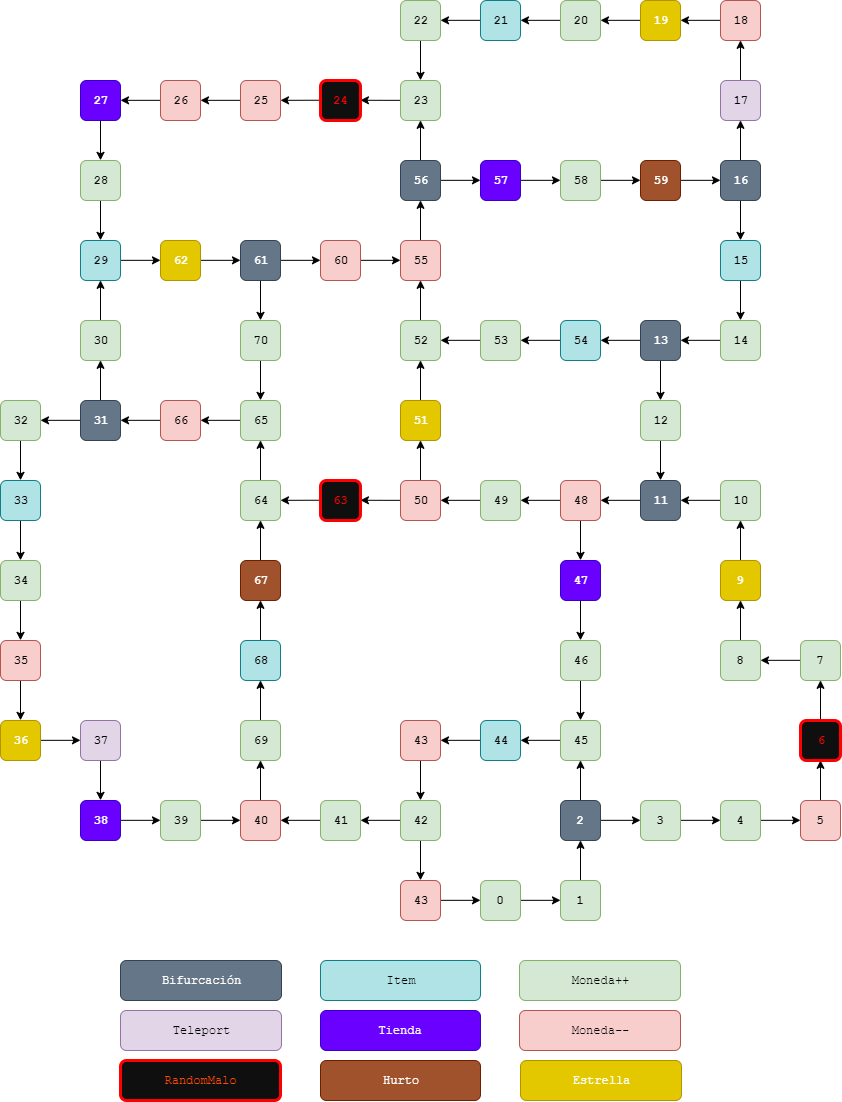
Before: docs/map0.png, a diagram exported from draw.io (hansolo-unlam/MarioParty). Source tidied: cells renumbered, new cells last; positions are measured from the earlier drawing's top-left corner, leaving out a move shared by most shapes.
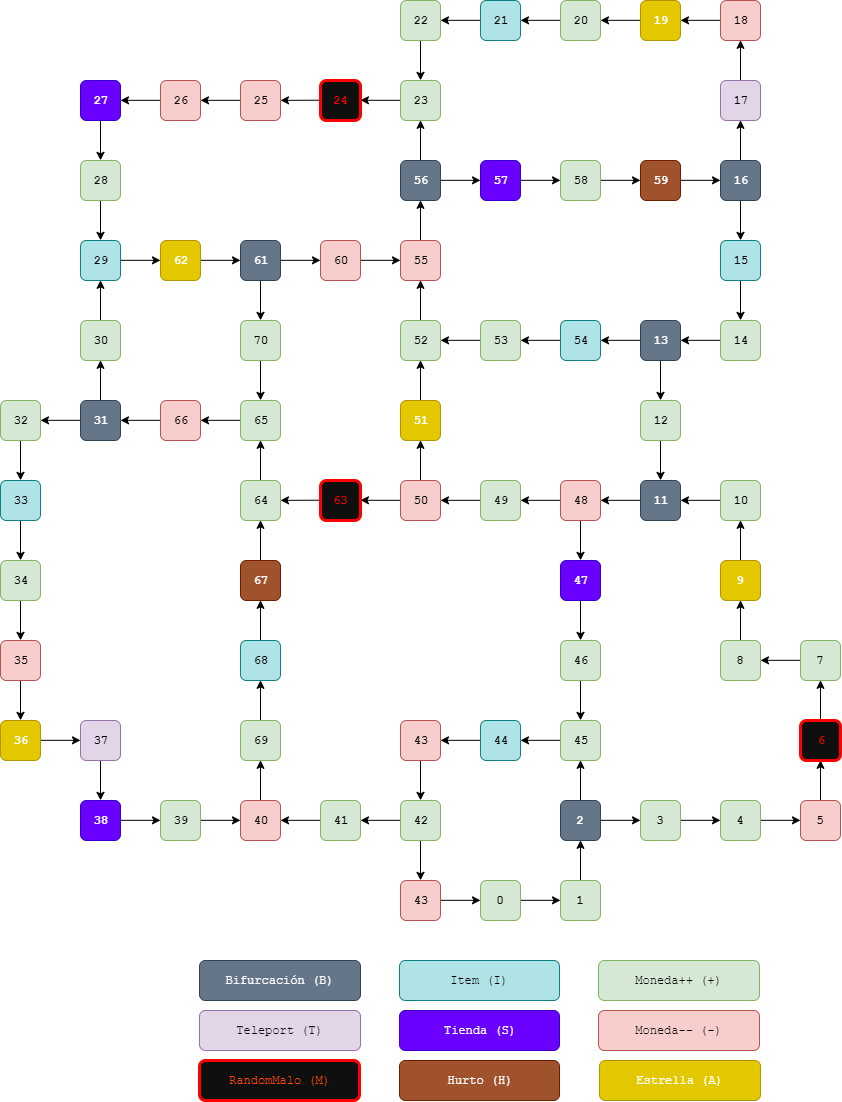
The same diagram one commit later.

What changed in the source:
```diff
@@ -458,17 +458,17 @@
         <mxPoint x="680" y="179.8" as="sourcePoint" />
       </mxGeometry>
     </mxCell>
-    <mxCell id="150" value="Bifurcación" style="rounded=1;whiteSpace=wrap;html=1;fontFamily=Courier New;fillColor=#647687;strokeColor=#314354;fontColor=#ffffff;" parent="1" vertex="1">
-      <mxGeometry x="120" y="960" width="161" height="40" as="geometry" />
+    <mxCell id="150" value="Bifurcación (B)" style="rounded=1;whiteSpace=wrap;html=1;fontFamily=Courier New;fillColor=#647687;strokeColor=#314354;fontColor=#ffffff;" parent="1" vertex="1">
+      <mxGeometry x="199" y="960" width="161" height="40" as="geometry" />
     </mxCell>
-    <mxCell id="151" value="Estrella" style="rounded=1;whiteSpace=wrap;html=1;fontFamily=Courier New;fillColor=#e3c800;strokeColor=#B09500;fontColor=#ffffff;" parent="1" vertex="1">
-      <mxGeometry x="520" y="1060" width="161" height="40" as="geometry" />
+    <mxCell id="151" value="Estrella (A)" style="rounded=1;whiteSpace=wrap;html=1;fontFamily=Courier New;fillColor=#e3c800;strokeColor=#B09500;fontColor=#ffffff;" parent="1" vertex="1">
+      <mxGeometry x="599" y="1060" width="161" height="40" as="geometry" />
     </mxCell>
-    <mxCell id="152" value="Teleport" style="rounded=1;whiteSpace=wrap;html=1;fontFamily=Courier New;fillColor=#e1d5e7;strokeColor=#9673a6;" parent="1" vertex="1">
-      <mxGeometry x="120" y="1010" width="161" height="40" as="geometry" />
+    <mxCell id="152" value="Teleport (T)" style="rounded=1;whiteSpace=wrap;html=1;fontFamily=Courier New;fillColor=#e1d5e7;strokeColor=#9673a6;" parent="1" vertex="1">
+      <mxGeometry x="199" y="1010" width="161" height="40" as="geometry" />
     </mxCell>
-    <mxCell id="153" value="&lt;font color=&quot;#ff4805&quot;&gt;RandomMalo&lt;/font&gt;" style="rounded=1;whiteSpace=wrap;html=1;fontFamily=Courier New;strokeColor=#FF0000;fillColor=#0F0F0F;strokeWidth=3;" parent="1" vertex="1">
-      <mxGeometry x="120" y="1060" width="160" height="40" as="geometry" />
+    <mxCell id="153" value="&lt;font color=&quot;#ff4805&quot;&gt;RandomMalo (M)&lt;/font&gt;" style="rounded=1;whiteSpace=wrap;html=1;fontFamily=Courier New;strokeColor=#FF0000;fillColor=#0F0F0F;strokeWidth=3;" parent="1" vertex="1">
+      <mxGeometry x="199" y="1060" width="160" height="40" as="geometry" />
     </mxCell>
     <mxCell id="154" value="&lt;font color=&quot;#ff0000&quot;&gt;63&lt;/font&gt;" style="rounded=1;whiteSpace=wrap;html=1;fontFamily=Courier New;strokeColor=#FF0000;fillColor=#0F0F0F;strokeWidth=3;fontStyle=1;" parent="1" vertex="1">
       <mxGeometry x="320" y="480" width="40" height="40" as="geometry" />
@@ -476,23 +476,23 @@
     <mxCell id="155" value="&lt;font color=&quot;#ff0000&quot;&gt;24&lt;/font&gt;" style="rounded=1;whiteSpace=wrap;html=1;fontFamily=Courier New;strokeColor=#FF0000;fillColor=#0F0F0F;strokeWidth=3;fontStyle=1;" parent="1" vertex="1">
       <mxGeometry x="320" y="80" width="40" height="40" as="geometry" />
     </mxCell>
-    <mxCell id="156" value="Item" style="rounded=1;whiteSpace=wrap;html=1;fontFamily=Courier New;fillColor=#b0e3e6;strokeColor=#0e8088;" parent="1" vertex="1">
-      <mxGeometry x="320" y="960" width="160" height="40" as="geometry" />
+    <mxCell id="156" value="Item (I)" style="rounded=1;whiteSpace=wrap;html=1;fontFamily=Courier New;fillColor=#b0e3e6;strokeColor=#0e8088;" parent="1" vertex="1">
+      <mxGeometry x="399" y="960" width="160" height="40" as="geometry" />
     </mxCell>
-    <mxCell id="157" value="Tienda" style="rounded=1;whiteSpace=wrap;html=1;fontFamily=Courier New;fillColor=#6a00ff;strokeColor=#3700CC;fontColor=#ffffff;" parent="1" vertex="1">
-      <mxGeometry x="320" y="1010" width="160" height="40" as="geometry" />
+    <mxCell id="157" value="Tienda (S)" style="rounded=1;whiteSpace=wrap;html=1;fontFamily=Courier New;fillColor=#6a00ff;strokeColor=#3700CC;fontColor=#ffffff;" parent="1" vertex="1">
+      <mxGeometry x="399" y="1010" width="160" height="40" as="geometry" />
     </mxCell>
-    <mxCell id="158" value="Hurto" style="rounded=1;whiteSpace=wrap;html=1;fontFamily=Courier New;fillColor=#a0522d;strokeColor=#6D1F00;fontColor=#ffffff;" parent="1" vertex="1">
-      <mxGeometry x="320" y="1060" width="160" height="40" as="geometry" />
+    <mxCell id="158" value="Hurto (H)" style="rounded=1;whiteSpace=wrap;html=1;fontFamily=Courier New;fillColor=#a0522d;strokeColor=#6D1F00;fontColor=#ffffff;" parent="1" vertex="1">
+      <mxGeometry x="399" y="1060" width="160" height="40" as="geometry" />
     </mxCell>
     <mxCell id="159" value="59" style="rounded=1;whiteSpace=wrap;html=1;fontFamily=Courier New;fillColor=#a0522d;strokeColor=#6D1F00;fontColor=#ffffff;fontStyle=1;" parent="1" vertex="1">
       <mxGeometry x="640" y="160" width="40" height="40" as="geometry" />
     </mxCell>
-    <mxCell id="160" value="Moneda++" style="rounded=1;whiteSpace=wrap;html=1;fontFamily=Courier New;fillColor=#d5e8d4;strokeColor=#82b366;" parent="1" vertex="1">
-      <mxGeometry x="519" y="960" width="161" height="40" as="geometry" />
+    <mxCell id="160" value="Moneda++ (+)" style="rounded=1;whiteSpace=wrap;html=1;fontFamily=Courier New;fillColor=#d5e8d4;strokeColor=#82b366;" parent="1" vertex="1">
+      <mxGeometry x="598" y="960" width="161" height="40" as="geometry" />
     </mxCell>
-    <mxCell id="161" value="Moneda--" style="rounded=1;whiteSpace=wrap;html=1;fontFamily=Courier New;fillColor=#f8cecc;strokeColor=#b85450;" parent="1" vertex="1">
-      <mxGeometry x="519" y="1010" width="161" height="40" as="geometry" />
+    <mxCell id="161" value="Moneda-- (-)" style="rounded=1;whiteSpace=wrap;html=1;fontFamily=Courier New;fillColor=#f8cecc;strokeColor=#b85450;" parent="1" vertex="1">
+      <mxGeometry x="598" y="1010" width="161" height="40" as="geometry" />
     </mxCell>
     <mxCell id="162" style="edgeStyle=orthogonalEdgeStyle;rounded=0;jettySize=auto;html=1;exitX=0.5;exitY=1;exitDx=0;exitDy=0;fontFamily=Courier New;entryX=0.5;entryY=0;entryDx=0;entryDy=0;" parent="1" edge="1" source="163" target="89">
       <mxGeometry relative="1" as="geometry" />
```
